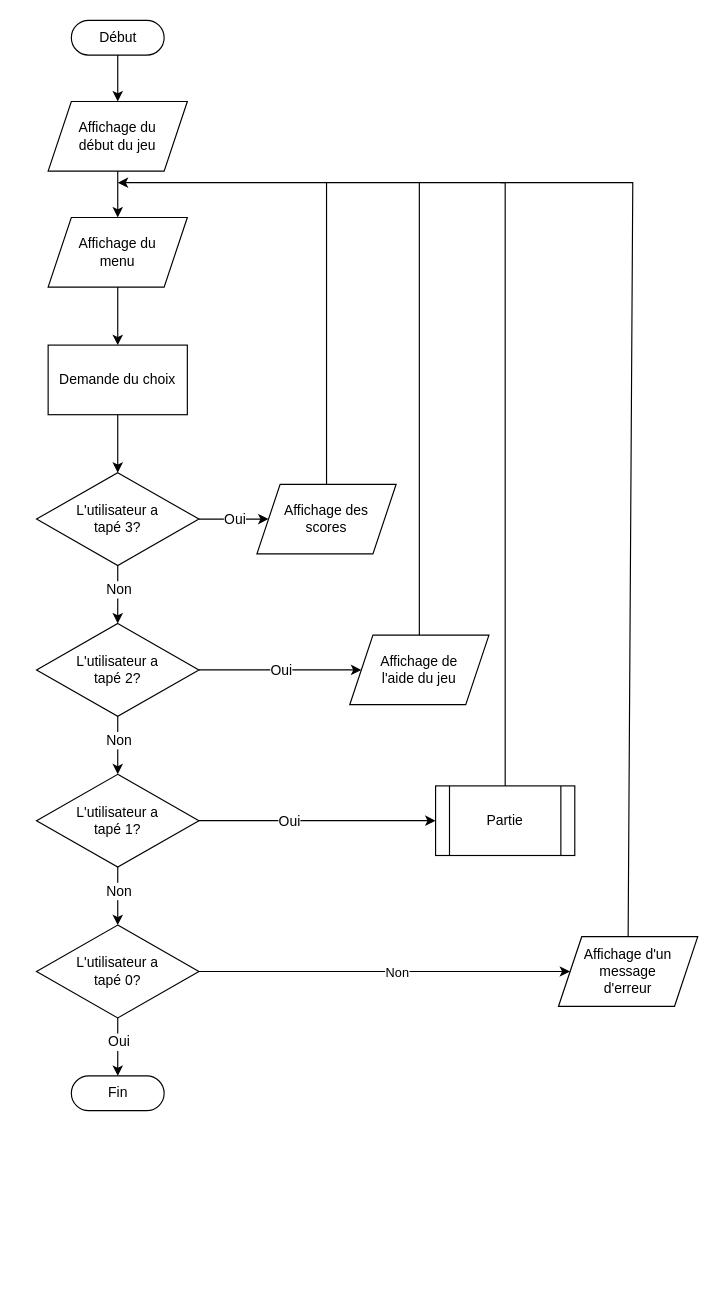
Earlier version of the draw.io diagram Diagrammes/DiagrammeDeFlux.drawio (JoaoSantos129/BatailleNavale). Source tidied: cells renumbered, new cells numbered last; positions are measured from the earlier drawing's top-left corner, leaving out a move shared by most shapes. Both pictures are drawn from the tidied source at 116%, with x=0, y=0 at pixel (36, 20).
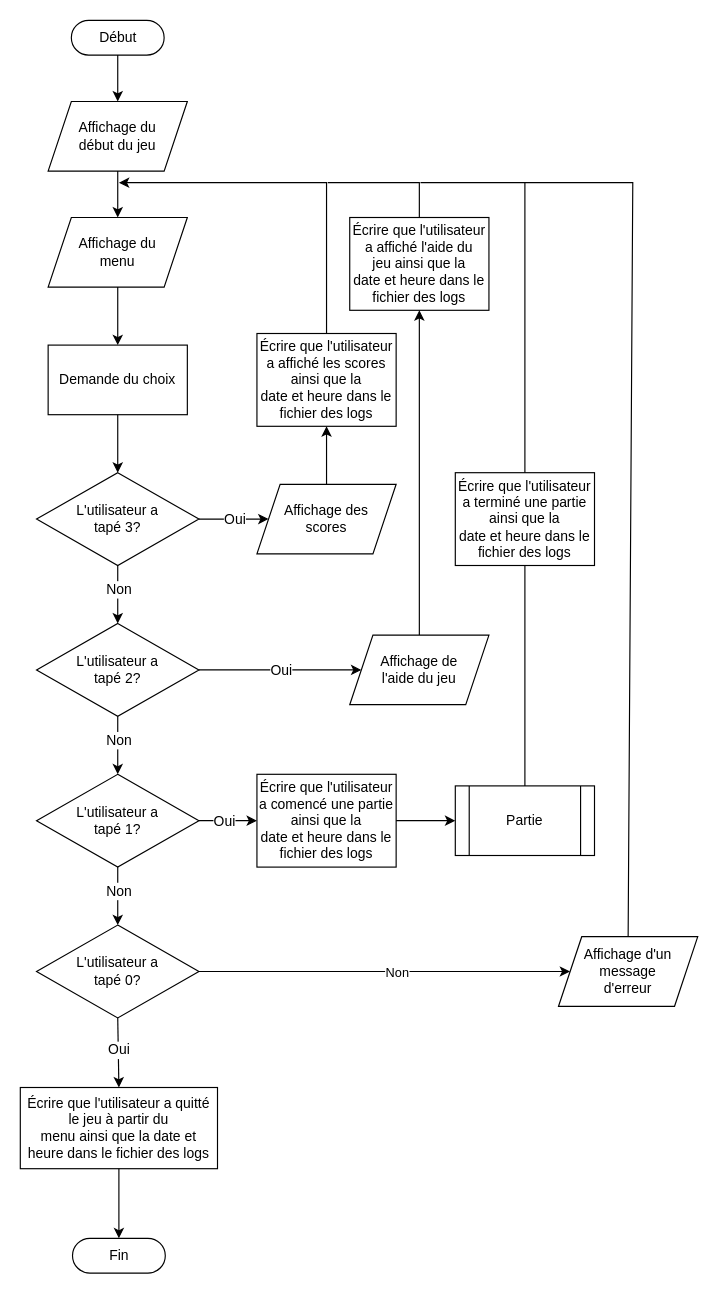
The same page after the edit.

The change refers to these unchanged cells:
```xml
<mxCell id="13" value="&lt;span&gt;Affichage des&lt;br&gt;scores&lt;br&gt;&lt;/span&gt;" style="shape=parallelogram;perimeter=parallelogramPerimeter;whiteSpace=wrap;html=1;fixedSize=1;rounded=0;shadow=0;glass=0;sketch=0;fontFamily=Helvetica;fontSize=12;fontColor=default;strokeColor=default;fillColor=default;gradientColor=none;" parent="1" vertex="1">
  <mxGeometry x="190" y="400" width="120" height="60" as="geometry" />
</mxCell>
<mxCell id="20" value="&lt;span&gt;Affichage de&lt;br&gt;l'aide du jeu&lt;br&gt;&lt;/span&gt;" style="shape=parallelogram;perimeter=parallelogramPerimeter;whiteSpace=wrap;html=1;fixedSize=1;rounded=0;shadow=0;glass=0;sketch=0;fontFamily=Helvetica;fontSize=12;fontColor=default;strokeColor=default;fillColor=default;gradientColor=none;" parent="1" vertex="1">
  <mxGeometry x="270" y="530" width="120" height="60" as="geometry" />
</mxCell>
<mxCell id="24" value="L'utilisateur a&lt;br&gt;tapé 1?" style="rhombus;whiteSpace=wrap;html=1;rounded=0;shadow=0;glass=0;sketch=0;fontFamily=Helvetica;fontSize=12;fontColor=default;strokeColor=default;fillColor=default;gradientColor=none;" parent="1" vertex="1">
  <mxGeometry y="650" width="140" height="80" as="geometry" />
</mxCell>
<mxCell id="32" value="L'utilisateur a&lt;br&gt;tapé 0?" style="rhombus;whiteSpace=wrap;html=1;rounded=0;shadow=0;glass=0;sketch=0;fontFamily=Helvetica;fontSize=12;fontColor=default;strokeColor=default;fillColor=default;gradientColor=none;" parent="1" vertex="1">
  <mxGeometry y="780" width="140" height="80" as="geometry" />
</mxCell>
<mxCell id="35" value="&lt;span&gt;Affichage d'un&lt;br&gt;message&lt;br&gt;d'erreur&lt;br&gt;&lt;/span&gt;" style="shape=parallelogram;perimeter=parallelogramPerimeter;whiteSpace=wrap;html=1;fixedSize=1;rounded=0;shadow=0;glass=0;sketch=0;fontFamily=Helvetica;fontSize=12;fontColor=default;strokeColor=default;fillColor=default;gradientColor=none;" parent="1" vertex="1">
  <mxGeometry x="450" y="790" width="120" height="60" as="geometry" />
</mxCell>
```

Diff of the diagram source:
```diff
@@
-    <mxCell id="14" style="endArrow=classic;html=1;rounded=0;fontFamily=Helvetica;fontSize=12;fontColor=default;exitX=0.5;exitY=0;exitDx=0;exitDy=0;" parent="1" edge="1" source="13">
-      <mxGeometry relative="1" as="geometry">
-        <mxPoint x="70" y="140" as="targetPoint" />
-        <Array as="points">
-          <mxPoint x="250" y="140" />
-        </Array>
-      </mxGeometry>
-    </mxCell>
@@
-    <mxCell id="21" style="endArrow=none;html=1;rounded=0;fontFamily=Helvetica;fontSize=12;fontColor=default;exitX=0.5;exitY=0;exitDx=0;exitDy=0;" parent="1" edge="1" source="20">
-      <mxGeometry relative="1" as="geometry">
-        <mxPoint x="250" y="140" as="targetPoint" />
-        <Array as="points">
-          <mxPoint x="330" y="140" />
-        </Array>
-      </mxGeometry>
-    </mxCell>
@@
-    <mxCell id="25" style="endArrow=classic;html=1;rounded=0;fontFamily=Helvetica;fontSize=12;fontColor=default;exitX=1;exitY=0.5;exitDx=0;exitDy=0;entryX=0;entryY=0.5;entryDx=0;entryDy=0;" parent="1" edge="1" source="24" target="31">
+    <mxCell id="25" style="endArrow=classic;html=1;rounded=0;fontFamily=Helvetica;fontSize=12;fontColor=default;exitX=1;exitY=0.5;exitDx=0;exitDy=0;entryX=0;entryY=0.5;entryDx=0;entryDy=0;" parent="1" edge="1" source="24" target="50">
       <mxGeometry relative="1" as="geometry" />
     </mxCell>
     <mxCell id="26" value="Oui" style="edgeLabel;html=1;align=center;verticalAlign=middle;fontSize=12;fontFamily=Helvetica;fontColor=default;" parent="25" vertex="1">
       <mxGeometry x="0.45" y="1" relative="1" as="geometry">
-        <mxPoint x="-71" y="1" as="offset" />
+        <mxPoint x="-15" y="1" as="offset" />
       </mxGeometry>
     </mxCell>
-    <mxCell id="27" style="endArrow=none;html=1;rounded=0;fontFamily=Helvetica;fontSize=12;fontColor=default;exitX=0.5;exitY=0;exitDx=0;exitDy=0;" parent="1" edge="1" source="31">
-      <mxGeometry relative="1" as="geometry">
-        <mxPoint x="330" y="140" as="targetPoint" />
-        <Array as="points">
-          <mxPoint x="404" y="140" />
-        </Array>
-      </mxGeometry>
-    </mxCell>
@@
     <mxCell id="30" value="Fin" style="html=1;dashed=0;whitespace=wrap;shape=mxgraph.dfd.start;rounded=1;shadow=0;glass=0;sketch=0;fontFamily=Helvetica;fontSize=12;fontColor=default;strokeColor=default;fillColor=default;gradientColor=none;" parent="1" vertex="1">
-      <mxGeometry x="30" y="910" width="80" height="30" as="geometry" />
+      <mxGeometry x="31" y="1050" width="80" height="30" as="geometry" />
     </mxCell>
     <mxCell id="31" value="Partie" style="shape=process;whiteSpace=wrap;html=1;backgroundOutline=1;" parent="1" vertex="1">
-      <mxGeometry x="344" y="660" width="120" height="60" as="geometry" />
+      <mxGeometry x="361" y="660" width="120" height="60" as="geometry" />
     </mxCell>
@@
-    <mxCell id="33" style="endArrow=classic;html=1;rounded=0;fontFamily=Helvetica;fontSize=12;fontColor=default;entryX=0.5;entryY=0.5;entryDx=0;entryDy=-15;entryPerimeter=0;exitX=0.5;exitY=1;exitDx=0;exitDy=0;" parent="1" edge="1" source="32" target="30">
-      <mxGeometry relative="1" as="geometry" />
+    <mxCell id="33" style="endArrow=classic;html=1;rounded=0;fontFamily=Helvetica;fontSize=12;fontColor=default;entryX=0.5;entryY=0;entryDx=0;entryDy=0;" parent="1" edge="1" target="46">
+      <mxGeometry relative="1" as="geometry">
+        <mxPoint x="70" y="860" as="sourcePoint" />
+      </mxGeometry>
     </mxCell>
@@
     <mxCell id="38" style="endArrow=none;html=1;rounded=0;fontFamily=Helvetica;fontSize=12;fontColor=default;exitX=0.5;exitY=0;exitDx=0;exitDy=0;" parent="1" edge="1" source="35">
       <mxGeometry relative="1" as="geometry">
-        <mxPoint x="400" y="140" as="targetPoint" />
+        <mxPoint x="421" y="140" as="targetPoint" />
         <Array as="points">
           <mxPoint x="514" y="140" />
         </Array>
       </mxGeometry>
     </mxCell>
+    <mxCell id="39" value="Écrire que l'utilisateur&lt;br&gt;a affiché les scores&lt;br&gt;ainsi que la&lt;br&gt;date et heure dans le fichier des logs" style="rounded=0;whiteSpace=wrap;html=1;" parent="1" vertex="1">
+      <mxGeometry x="190" y="270" width="120" height="80" as="geometry" />
+    </mxCell>
+    <mxCell id="40" style="endArrow=classic;html=1;rounded=0;exitX=0.5;exitY=0;exitDx=0;exitDy=0;entryX=0.5;entryY=1;entryDx=0;entryDy=0;" parent="1" edge="1" source="13" target="39">
+      <mxGeometry relative="1" as="geometry" />
+    </mxCell>
+    <mxCell id="41" style="endArrow=classic;html=1;rounded=0;exitX=0.5;exitY=0;exitDx=0;exitDy=0;" parent="1" edge="1" source="39">
+      <mxGeometry relative="1" as="geometry">
+        <mxPoint x="71" y="140" as="targetPoint" />
+        <Array as="points">
+          <mxPoint x="250" y="140" />
+        </Array>
+      </mxGeometry>
+    </mxCell>
+    <mxCell id="42" value="Écrire que l'utilisateur&lt;br&gt;a affiché l'aide du&lt;br&gt;jeu ainsi que la&lt;br&gt;date et heure dans le fichier des logs" style="rounded=0;whiteSpace=wrap;html=1;" parent="1" vertex="1">
+      <mxGeometry x="270" y="170" width="120" height="80" as="geometry" />
+    </mxCell>
+    <mxCell id="43" value="Écrire que l'utilisateur&lt;br&gt;a terminé une partie&lt;br&gt;ainsi que la&lt;br&gt;date et heure dans le fichier des logs" style="rounded=0;whiteSpace=wrap;html=1;" parent="1" vertex="1">
+      <mxGeometry x="361" y="390" width="120" height="80" as="geometry" />
+    </mxCell>
+    <mxCell id="44" style="endArrow=classic;html=1;rounded=0;exitX=0.5;exitY=0;exitDx=0;exitDy=0;entryX=0.5;entryY=1;entryDx=0;entryDy=0;" parent="1" edge="1" source="20" target="42">
+      <mxGeometry relative="1" as="geometry" />
+    </mxCell>
+    <mxCell id="45" style="endArrow=none;html=1;rounded=0;exitX=0.5;exitY=0;exitDx=0;exitDy=0;" parent="1" edge="1" source="42">
+      <mxGeometry relative="1" as="geometry">
+        <mxPoint x="251" y="140" as="targetPoint" />
+        <Array as="points">
+          <mxPoint x="330" y="140" />
+        </Array>
+      </mxGeometry>
+    </mxCell>
+    <mxCell id="46" value="Écrire que l'utilisateur a quitté le jeu à partir du &lt;br&gt;menu ainsi que la date et heure dans le fichier des logs" style="rounded=0;whiteSpace=wrap;html=1;" parent="1" vertex="1">
+      <mxGeometry x="-14" y="920" width="170" height="70" as="geometry" />
+    </mxCell>
+    <mxCell id="47" style="endArrow=classic;html=1;rounded=0;exitX=0.5;exitY=1;exitDx=0;exitDy=0;entryX=0.5;entryY=0.5;entryDx=0;entryDy=-15;entryPerimeter=0;" parent="1" edge="1" source="46" target="30">
+      <mxGeometry relative="1" as="geometry" />
+    </mxCell>
+    <mxCell id="48" style="endArrow=none;html=1;rounded=0;exitX=0.5;exitY=0;exitDx=0;exitDy=0;entryX=0.5;entryY=1;entryDx=0;entryDy=0;" parent="1" edge="1" source="31" target="43">
+      <mxGeometry relative="1" as="geometry" />
+    </mxCell>
+    <mxCell id="49" style="endArrow=none;html=1;rounded=0;exitX=0.5;exitY=0;exitDx=0;exitDy=0;" parent="1" edge="1" source="43">
+      <mxGeometry relative="1" as="geometry">
+        <mxPoint x="331" y="140" as="targetPoint" />
+        <Array as="points">
+          <mxPoint x="421" y="140" />
+        </Array>
+      </mxGeometry>
+    </mxCell>
+    <mxCell id="50" value="Écrire que l'utilisateur&lt;br&gt;a comencé une partie&lt;br&gt;ainsi que la&lt;br&gt;date et heure dans le fichier des logs" style="rounded=0;whiteSpace=wrap;html=1;" parent="1" vertex="1">
+      <mxGeometry x="190" y="650" width="120" height="80" as="geometry" />
+    </mxCell>
+    <mxCell id="51" style="endArrow=classic;html=1;rounded=0;exitX=1;exitY=0.5;exitDx=0;exitDy=0;entryX=0;entryY=0.5;entryDx=0;entryDy=0;" parent="1" edge="1" source="50" target="31">
+      <mxGeometry relative="1" as="geometry" />
+    </mxCell>
```
